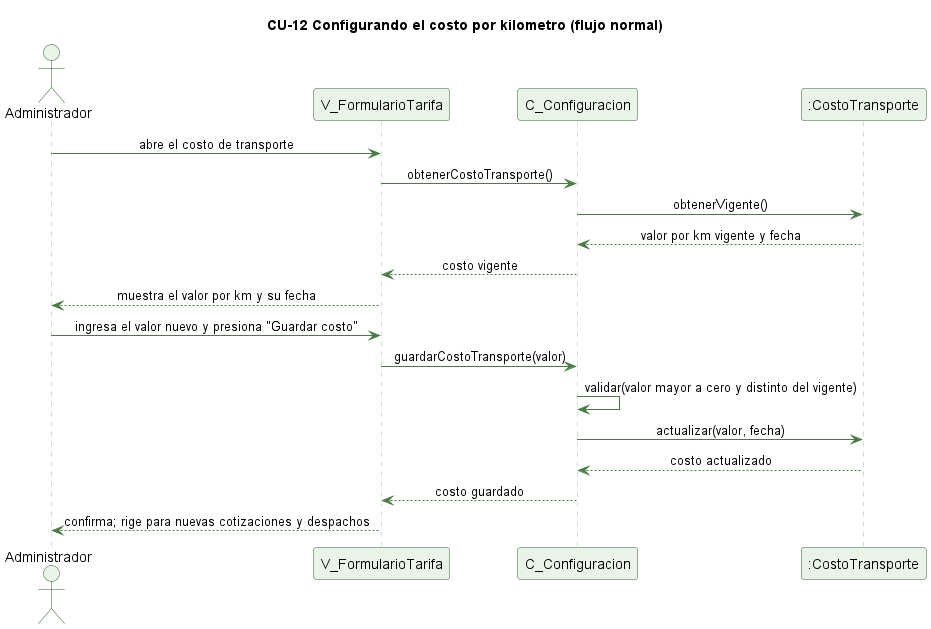
The PlantUML diagram docs/trabajo-grupal/diagramas/secuencias/cu12-costo-transporte-normal.png in kenjikaese/Triverde, before a commit. The source it was exported from:
```plantuml
@startuml cu12-costo-transporte-normal
skinparam backgroundColor #FFFFFF
skinparam shadowing false
skinparam defaultFontName Helvetica
skinparam sequenceMessageAlign center
skinparam ParticipantBackgroundColor #EAF3E7
skinparam ParticipantBorderColor #2E5E2A
skinparam ActorBackgroundColor #EAF3E7
skinparam ActorBorderColor #2E5E2A
skinparam sequenceLifeLineBorderColor #9CC49A
skinparam ArrowColor #4B7A46

title CU-12 Configurando el costo por kilometro (flujo normal)

actor Administrador
participant "V_FormularioTarifa" as V
participant "C_Configuracion" as C
participant ":CostoTransporte" as CT

Administrador -> V : abre el costo de transporte
V -> C : obtenerCostoTransporte()
C -> CT : obtenerVigente()
CT --> C : valor por km vigente y fecha
C --> V : costo vigente
V --> Administrador : muestra el valor por km y su fecha
Administrador -> V : ingresa el valor nuevo y presiona "Guardar costo"
V -> C : guardarCostoTransporte(valor)
C -> C : validar(valor mayor a cero y distinto del vigente)
C -> CT : actualizar(valor, fecha)
CT --> C : costo actualizado
C --> V : costo guardado
V --> Administrador : confirma; rige para nuevas cotizaciones y despachos

@enduml
```
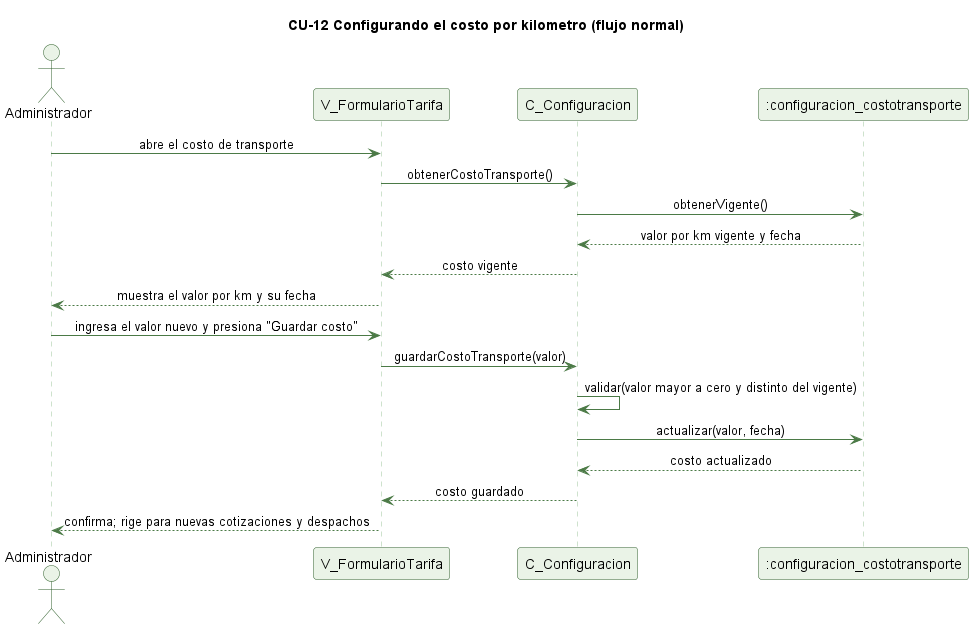
After the change.

What changed in the source:
```diff
@@ -15,7 +15,7 @@
 actor Administrador
 participant "V_FormularioTarifa" as V
 participant "C_Configuracion" as C
-participant ":CostoTransporte" as CT
+participant ":configuracion_costotransporte" as CT
 
 Administrador -> V : abre el costo de transporte
 V -> C : obtenerCostoTransporte()
```
